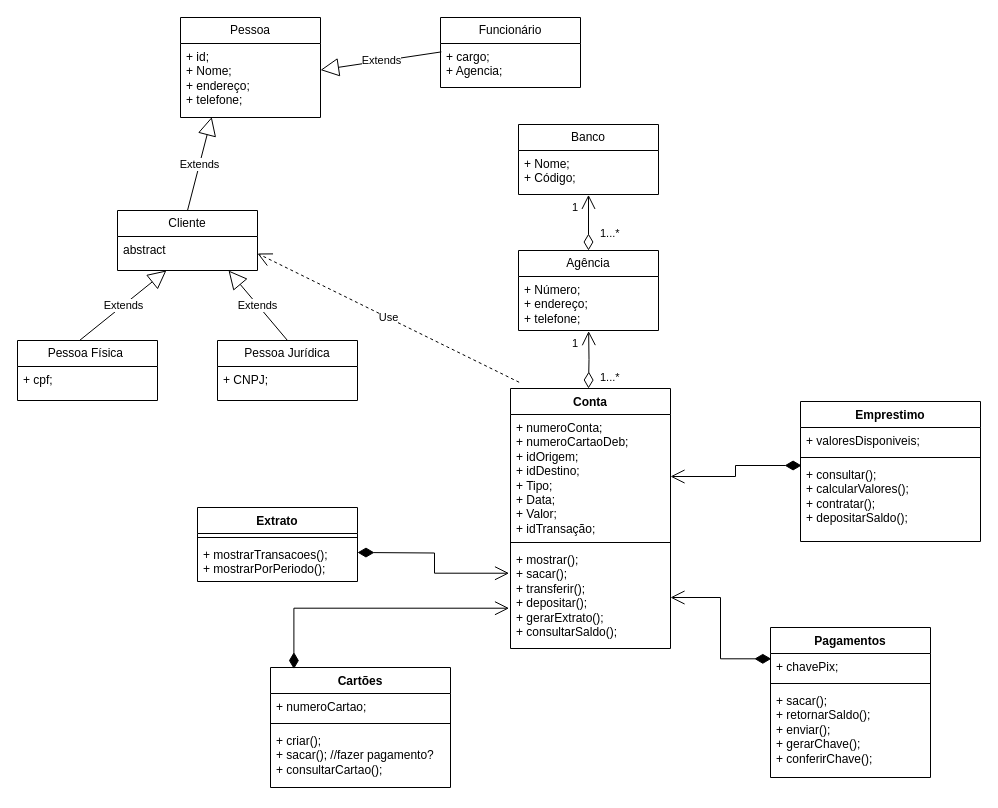
Earlier version of the draw.io diagram Scape-Bank-2.drawio (arianamesquita/scape-bank-2.0). Source tidied: cells renumbered, new cells numbered last; positions are measured from the earlier drawing's top-left corner, leaving out a move shared by most shapes. Both pictures are drawn from the tidied source at 100%, with x=0, y=0 at pixel (17, 17).
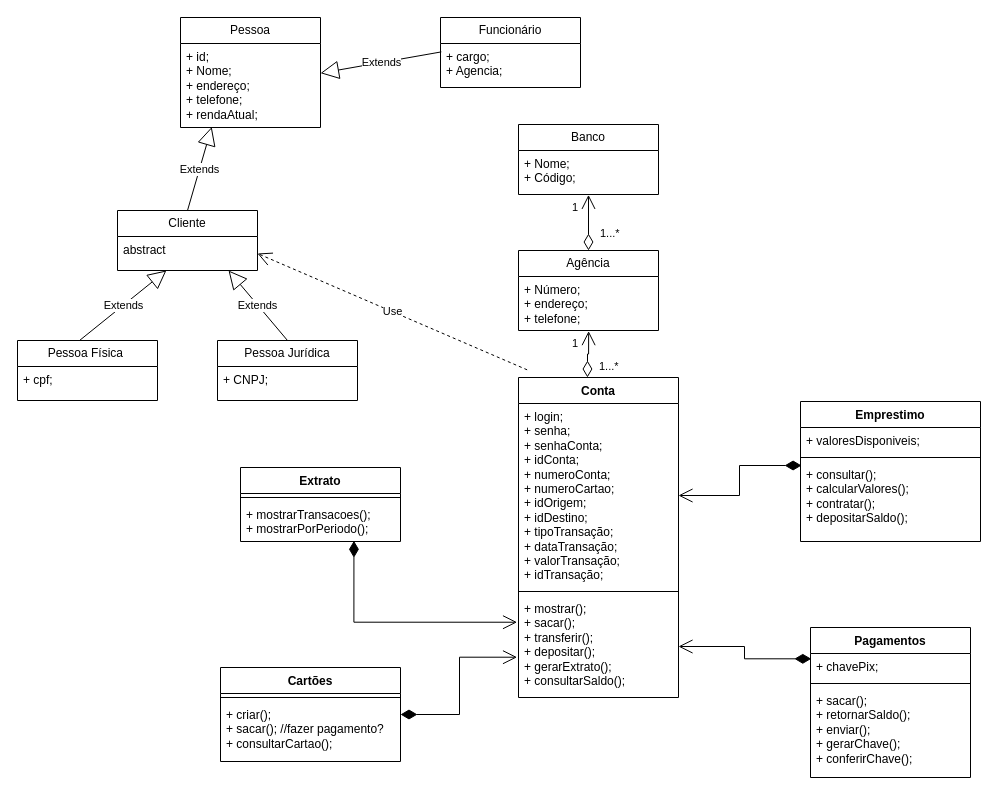
The same page after the edit.

Unchanged cells that the change refers to:
```xml
<mxCell id="15" value="+ Número;&lt;br&gt;+ endereço;&lt;br&gt;+ telefone;" style="text;strokeColor=none;fillColor=none;align=left;verticalAlign=top;spacingLeft=4;spacingRight=4;overflow=hidden;points=[[0,0.5],[1,0.5]];portConstraint=eastwest;whiteSpace=wrap;html=1;" parent="14" vertex="1">
  <mxGeometry y="26" width="140" height="54" as="geometry" />
</mxCell>
<mxCell id="28" value="+ mostrarTransacoes();&lt;br&gt;+ mostrarPorPeriodo();" style="text;strokeColor=none;fillColor=none;align=left;verticalAlign=top;spacingLeft=4;spacingRight=4;overflow=hidden;points=[[0,0.5],[1,0.5]];portConstraint=eastwest;whiteSpace=wrap;html=1;" parent="26" vertex="1">
  <mxGeometry y="34" width="160" height="40" as="geometry" />
</mxCell>
```

The edit, as a diff of the source:
```diff
@@
     <mxCell id="2" value="Pessoa" style="swimlane;fontStyle=0;horizontal=1;startSize=26;fillColor=none;whiteSpace=wrap;html=1;" parent="1" vertex="1">
-      <mxGeometry x="163" width="140" height="100" as="geometry" />
+      <mxGeometry x="163" width="140" height="110" as="geometry" />
     </mxCell>
-    <mxCell id="3" value="+ id;&lt;br&gt;+ Nome;&lt;br&gt;+ endereço;&lt;br&gt;+ telefone;" style="text;strokeColor=none;fillColor=none;align=left;verticalAlign=top;spacingLeft=4;spacingRight=4;overflow=hidden;points=[[0,0.5],[1,0.5]];portConstraint=eastwest;whiteSpace=wrap;html=1;" parent="2" vertex="1">
-      <mxGeometry y="26" width="140" height="74" as="geometry" />
+    <mxCell id="3" value="+ id;&lt;br&gt;+ Nome;&lt;br&gt;+ endereço;&lt;br&gt;+ telefone;&lt;br&gt;+ rendaAtual;" style="text;strokeColor=none;fillColor=none;align=left;verticalAlign=top;spacingLeft=4;spacingRight=4;overflow=hidden;points=[[0,0.5],[1,0.5]];portConstraint=eastwest;whiteSpace=wrap;html=1;" parent="2" vertex="1">
+      <mxGeometry y="26" width="140" height="84" as="geometry" />
     </mxCell>
@@
-    <mxCell id="23" style="endArrow=open;html=1;endSize=12;startArrow=diamondThin;startSize=14;startFill=0;edgeStyle=orthogonalEdgeStyle;rounded=0;exitX=0.5;exitY=0;exitDx=0;exitDy=0;entryX=0.501;entryY=1.011;entryDx=0;entryDy=0;entryPerimeter=0;" parent="1" edge="1" target="15">
-      <mxGeometry relative="1" as="geometry">
-        <mxPoint x="571" y="371" as="sourcePoint" />
-      </mxGeometry>
+    <mxCell id="23" style="endArrow=open;html=1;endSize=12;startArrow=diamondThin;startSize=14;startFill=0;edgeStyle=orthogonalEdgeStyle;rounded=0;exitX=0.431;exitY=0;exitDx=0;exitDy=0;entryX=0.501;entryY=1.011;entryDx=0;entryDy=0;entryPerimeter=0;exitPerimeter=0;" parent="1" edge="1" source="37" target="15">
+      <mxGeometry relative="1" as="geometry" />
     </mxCell>
@@
     <mxCell id="26" value="Extrato" style="swimlane;fontStyle=1;align=center;verticalAlign=top;horizontal=1;startSize=26;whiteSpace=wrap;html=1;" parent="1" vertex="1">
-      <mxGeometry x="180" y="490" width="160" height="74" as="geometry" />
+      <mxGeometry x="223" y="450" width="160" height="74" as="geometry" />
     </mxCell>
@@
     <mxCell id="33" value="Pagamentos" style="swimlane;fontStyle=1;align=center;verticalAlign=top;horizontal=1;startSize=26;whiteSpace=wrap;html=1;" parent="1" vertex="1">
-      <mxGeometry x="753" y="610" width="160" height="150" as="geometry" />
+      <mxGeometry x="793" y="610" width="160" height="150" as="geometry" />
     </mxCell>
@@
     <mxCell id="37" value="Conta" style="swimlane;fontStyle=1;align=center;verticalAlign=top;horizontal=1;startSize=26;whiteSpace=wrap;html=1;" parent="1" vertex="1">
-      <mxGeometry x="493" y="371" width="160" height="260" as="geometry" />
+      <mxGeometry x="501" y="360" width="160" height="320" as="geometry" />
     </mxCell>
-    <mxCell id="38" value="+ numeroConta;&lt;br&gt;+ numeroCartaoDeb;&lt;br&gt;+ idOrigem;&lt;br style=&quot;border-color: var(--border-color);&quot;&gt;+ idDestino;&lt;br style=&quot;border-color: var(--border-color);&quot;&gt;+ Tipo;&lt;br style=&quot;border-color: var(--border-color);&quot;&gt;+ Data;&lt;br style=&quot;border-color: var(--border-color);&quot;&gt;+ Valor;&lt;br style=&quot;border-color: var(--border-color);&quot;&gt;+ idTransação;" style="text;strokeColor=none;fillColor=none;align=left;verticalAlign=top;spacingLeft=4;spacingRight=4;overflow=hidden;points=[[0,0.5],[1,0.5]];portConstraint=eastwest;whiteSpace=wrap;html=1;" parent="37" vertex="1">
-      <mxGeometry y="26" width="160" height="124" as="geometry" />
+    <mxCell id="38" value="+ login;&lt;br&gt;+ senha;&lt;br&gt;+ senhaConta;&lt;br&gt;+ idConta;&lt;br&gt;+ numeroConta;&lt;br&gt;+ numeroCartao;&lt;br&gt;+ idOrigem;&lt;br style=&quot;border-color: var(--border-color);&quot;&gt;+ idDestino;&lt;br style=&quot;border-color: var(--border-color);&quot;&gt;+ tipoTransação;&lt;br style=&quot;border-color: var(--border-color);&quot;&gt;+ dataTransação;&lt;br style=&quot;border-color: var(--border-color);&quot;&gt;+ valorTransação;&lt;br style=&quot;border-color: var(--border-color);&quot;&gt;+ idTransação;" style="text;strokeColor=none;fillColor=none;align=left;verticalAlign=top;spacingLeft=4;spacingRight=4;overflow=hidden;points=[[0,0.5],[1,0.5]];portConstraint=eastwest;whiteSpace=wrap;html=1;" parent="37" vertex="1">
+      <mxGeometry y="26" width="160" height="184" as="geometry" />
     </mxCell>
     <mxCell id="39" style="line;strokeWidth=1;fillColor=none;align=left;verticalAlign=middle;spacingTop=-1;spacingLeft=3;spacingRight=3;labelPosition=right;strokeColor=inherit;" parent="37" vertex="1">
-      <mxGeometry y="150" width="160" height="8" as="geometry" />
+      <mxGeometry y="210" width="160" height="8" as="geometry" />
     </mxCell>
     <mxCell id="40" value="+ mostrar();&lt;br&gt;+ sacar();&lt;br&gt;+ transferir();&lt;br&gt;+ depositar();&lt;br&gt;+ gerarExtrato();&lt;br&gt;+ consultarSaldo();" style="text;strokeColor=none;fillColor=none;align=left;verticalAlign=top;spacingLeft=4;spacingRight=4;overflow=hidden;points=[[0,0.5],[1,0.5]];portConstraint=eastwest;whiteSpace=wrap;html=1;" parent="37" vertex="1">
-      <mxGeometry y="158" width="160" height="102" as="geometry" />
+      <mxGeometry y="218" width="160" height="102" as="geometry" />
     </mxCell>
     <mxCell id="41" value="Cartões" style="swimlane;fontStyle=1;align=center;verticalAlign=top;horizontal=1;startSize=26;whiteSpace=wrap;html=1;" parent="1" vertex="1">
-      <mxGeometry x="253" y="650" width="180" height="120" as="geometry" />
+      <mxGeometry x="203" y="650" width="180" height="94" as="geometry" />
     </mxCell>
-    <mxCell id="42" value="+ numeroCartao;" style="text;strokeColor=none;fillColor=none;align=left;verticalAlign=top;spacingLeft=4;spacingRight=4;overflow=hidden;whiteSpace=wrap;html=1;" parent="41" vertex="1">
-      <mxGeometry y="26" width="180" height="26" as="geometry" />
-    </mxCell>
     <mxCell id="43" style="line;strokeWidth=1;fillColor=none;align=left;verticalAlign=middle;spacingTop=-1;spacingLeft=3;spacingRight=3;labelPosition=right;strokeColor=inherit;" parent="41" vertex="1">
-      <mxGeometry y="52" width="180" height="8" as="geometry" />
+      <mxGeometry y="26" width="180" height="8" as="geometry" />
     </mxCell>
     <mxCell id="44" value="+ criar();&lt;br&gt;+ sacar(); //fazer pagamento?&lt;br&gt;+ consultarCartao();" style="text;strokeColor=none;fillColor=none;align=left;verticalAlign=top;spacingLeft=4;spacingRight=4;overflow=hidden;whiteSpace=wrap;html=1;" parent="41" vertex="1">
-      <mxGeometry y="60" width="180" height="60" as="geometry" />
+      <mxGeometry y="34" width="180" height="60" as="geometry" />
     </mxCell>
-    <mxCell id="45" style="endArrow=open;html=1;endSize=12;startArrow=diamondThin;startSize=14;startFill=1;edgeStyle=orthogonalEdgeStyle;align=left;verticalAlign=bottom;rounded=0;exitX=1;exitY=0.731;exitDx=0;exitDy=0;entryX=-0.009;entryY=0.262;entryDx=0;entryDy=0;entryPerimeter=0;exitPerimeter=0;" parent="1" edge="1" target="40">
-      <mxGeometry x="-1" y="3" relative="1" as="geometry">
-        <mxPoint x="340" y="535" as="sourcePoint" />
-      </mxGeometry>
+    <mxCell id="45" style="endArrow=open;html=1;endSize=12;startArrow=diamondThin;startSize=14;startFill=1;edgeStyle=orthogonalEdgeStyle;align=left;verticalAlign=bottom;rounded=0;exitX=0.709;exitY=0.983;exitDx=0;exitDy=0;entryX=-0.009;entryY=0.262;entryDx=0;entryDy=0;entryPerimeter=0;exitPerimeter=0;" parent="1" edge="1" source="28" target="40">
+      <mxGeometry x="-1" y="3" relative="1" as="geometry" />
     </mxCell>
-    <mxCell id="46" style="endArrow=open;html=1;endSize=12;startArrow=diamondThin;startSize=14;startFill=1;edgeStyle=orthogonalEdgeStyle;align=left;verticalAlign=bottom;rounded=0;exitX=0.13;exitY=0.013;exitDx=0;exitDy=0;entryX=-0.009;entryY=0.605;entryDx=0;entryDy=0;entryPerimeter=0;exitPerimeter=0;" parent="1" edge="1" source="41" target="40">
+    <mxCell id="46" style="endArrow=open;html=1;endSize=12;startArrow=diamondThin;startSize=14;startFill=1;edgeStyle=orthogonalEdgeStyle;align=left;verticalAlign=bottom;rounded=0;entryX=-0.009;entryY=0.605;entryDx=0;entryDy=0;entryPerimeter=0;" parent="1" edge="1" source="41" target="40">
       <mxGeometry x="-1" y="3" relative="1" as="geometry" />
     </mxCell>
```
